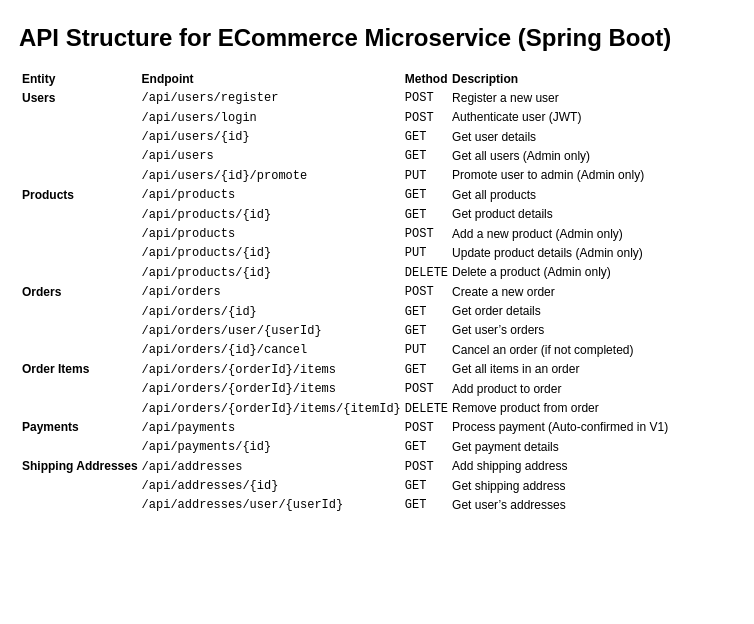
Before: page "API_Structure_ECommerce_Service" (4 of 4) of e-commerce_system.drawio in Cloud9Clone/ecommerce-platform, a draw.io diagram. Source tidied: cells renumbered, new cells numbered last; positions are measured from the earlier drawing's top-left corner, leaving out a move shared by most shapes. Both pictures are drawn from the tidied source at 100%, with x=0, y=0 at pixel (17, 17).
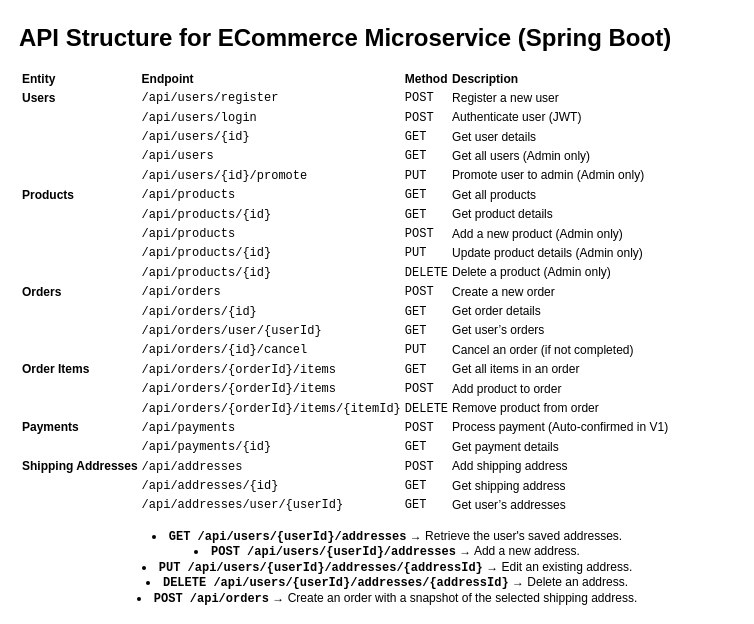
After the change.

The edit, as a diff of the source:
```diff
@@
 <mxGraphModel>
   <root>
     <mxCell id="0" />
     <mxCell id="1" parent="0" />
     <mxCell id="2" value="&lt;h1 style=&quot;margin-top: 0px;&quot;&gt;API Structure for ECommerce Microservice (Spring Boot)&lt;/h1&gt;&lt;table&gt;&lt;thead&gt;&lt;tr&gt;&lt;th&gt;&lt;strong&gt;Entity&lt;/strong&gt;&lt;/th&gt;&lt;th&gt;&lt;strong&gt;Endpoint&lt;/strong&gt;&lt;/th&gt;&lt;th&gt;&lt;strong&gt;Method&lt;/strong&gt;&lt;/th&gt;&lt;th&gt;&lt;strong&gt;Description&lt;/strong&gt;&lt;/th&gt;&lt;/tr&gt;&lt;/thead&gt;&lt;tbody&gt;&lt;tr&gt;&lt;td&gt;&lt;strong&gt;Users&lt;/strong&gt;&lt;/td&gt;&lt;td&gt;&lt;code&gt;/api/users/register&lt;/code&gt;&lt;/td&gt;&lt;td&gt;&lt;code&gt;POST&lt;/code&gt;&lt;/td&gt;&lt;td&gt;Register a new user&lt;/td&gt;&lt;/tr&gt;&lt;tr&gt;&lt;td&gt;&lt;/td&gt;&lt;td&gt;&lt;code&gt;/api/users/login&lt;/code&gt;&lt;/td&gt;&lt;td&gt;&lt;code&gt;POST&lt;/code&gt;&lt;/td&gt;&lt;td&gt;Authenticate user (JWT)&lt;/td&gt;&lt;/tr&gt;&lt;tr&gt;&lt;td&gt;&lt;/td&gt;&lt;td&gt;&lt;code&gt;/api/users/{id}&lt;/code&gt;&lt;/td&gt;&lt;td&gt;&lt;code&gt;GET&lt;/code&gt;&lt;/td&gt;&lt;td&gt;Get user details&lt;/td&gt;&lt;/tr&gt;&lt;tr&gt;&lt;td&gt;&lt;/td&gt;&lt;td&gt;&lt;code&gt;/api/users&lt;/code&gt;&lt;/td&gt;&lt;td&gt;&lt;code&gt;GET&lt;/code&gt;&lt;/td&gt;&lt;td&gt;Get all users (Admin only)&lt;/td&gt;&lt;/tr&gt;&lt;tr&gt;&lt;td&gt;&lt;/td&gt;&lt;td&gt;&lt;code&gt;/api/users/{id}/promote&lt;/code&gt;&lt;/td&gt;&lt;td&gt;&lt;code&gt;PUT&lt;/code&gt;&lt;/td&gt;&lt;td&gt;Promote user to admin (Admin only)&lt;/td&gt;&lt;/tr&gt;&lt;tr&gt;&lt;td&gt;&lt;strong&gt;Products&lt;/strong&gt;&lt;/td&gt;&lt;td&gt;&lt;code&gt;/api/products&lt;/code&gt;&lt;/td&gt;&lt;td&gt;&lt;code&gt;GET&lt;/code&gt;&lt;/td&gt;&lt;td&gt;Get all products&lt;/td&gt;&lt;/tr&gt;&lt;tr&gt;&lt;td&gt;&lt;/td&gt;&lt;td&gt;&lt;code&gt;/api/products/{id}&lt;/code&gt;&lt;/td&gt;&lt;td&gt;&lt;code&gt;GET&lt;/code&gt;&lt;/td&gt;&lt;td&gt;Get product details&lt;/td&gt;&lt;/tr&gt;&lt;tr&gt;&lt;td&gt;&lt;/td&gt;&lt;td&gt;&lt;code&gt;/api/products&lt;/code&gt;&lt;/td&gt;&lt;td&gt;&lt;code&gt;POST&lt;/code&gt;&lt;/td&gt;&lt;td&gt;Add a new product (Admin only)&lt;/td&gt;&lt;/tr&gt;&lt;tr&gt;&lt;td&gt;&lt;/td&gt;&lt;td&gt;&lt;code&gt;/api/products/{id}&lt;/code&gt;&lt;/td&gt;&lt;td&gt;&lt;code&gt;PUT&lt;/code&gt;&lt;/td&gt;&lt;td&gt;Update product details (Admin only)&lt;/td&gt;&lt;/tr&gt;&lt;tr&gt;&lt;td&gt;&lt;/td&gt;&lt;td&gt;&lt;code&gt;/api/products/{id}&lt;/code&gt;&lt;/td&gt;&lt;td&gt;&lt;code&gt;DELETE&lt;/code&gt;&lt;/td&gt;&lt;td&gt;Delete a product (Admin only)&lt;/td&gt;&lt;/tr&gt;&lt;tr&gt;&lt;td&gt;&lt;strong&gt;Orders&lt;/strong&gt;&lt;/td&gt;&lt;td&gt;&lt;code&gt;/api/orders&lt;/code&gt;&lt;/td&gt;&lt;td&gt;&lt;code&gt;POST&lt;/code&gt;&lt;/td&gt;&lt;td&gt;Create a new order&lt;/td&gt;&lt;/tr&gt;&lt;tr&gt;&lt;td&gt;&lt;/td&gt;&lt;td&gt;&lt;code&gt;/api/orders/{id}&lt;/code&gt;&lt;/td&gt;&lt;td&gt;&lt;code&gt;GET&lt;/code&gt;&lt;/td&gt;&lt;td&gt;Get order details&lt;/td&gt;&lt;/tr&gt;&lt;tr&gt;&lt;td&gt;&lt;/td&gt;&lt;td&gt;&lt;code&gt;/api/orders/user/{userId}&lt;/code&gt;&lt;/td&gt;&lt;td&gt;&lt;code&gt;GET&lt;/code&gt;&lt;/td&gt;&lt;td&gt;Get user’s orders&lt;/td&gt;&lt;/tr&gt;&lt;tr&gt;&lt;td&gt;&lt;/td&gt;&lt;td&gt;&lt;code&gt;/api/orders/{id}/cancel&lt;/code&gt;&lt;/td&gt;&lt;td&gt;&lt;code&gt;PUT&lt;/code&gt;&lt;/td&gt;&lt;td&gt;Cancel an order (if not completed)&lt;/td&gt;&lt;/tr&gt;&lt;tr&gt;&lt;td&gt;&lt;strong&gt;Order Items&lt;/strong&gt;&lt;/td&gt;&lt;td&gt;&lt;code&gt;/api/orders/{orderId}/items&lt;/code&gt;&lt;/td&gt;&lt;td&gt;&lt;code&gt;GET&lt;/code&gt;&lt;/td&gt;&lt;td&gt;Get all items in an order&lt;/td&gt;&lt;/tr&gt;&lt;tr&gt;&lt;td&gt;&lt;/td&gt;&lt;td&gt;&lt;code&gt;/api/orders/{orderId}/items&lt;/code&gt;&lt;/td&gt;&lt;td&gt;&lt;code&gt;POST&lt;/code&gt;&lt;/td&gt;&lt;td&gt;Add product to order&lt;/td&gt;&lt;/tr&gt;&lt;tr&gt;&lt;td&gt;&lt;/td&gt;&lt;td&gt;&lt;code&gt;/api/orders/{orderId}/items/{itemId}&lt;/code&gt;&lt;/td&gt;&lt;td&gt;&lt;code&gt;DELETE&lt;/code&gt;&lt;/td&gt;&lt;td&gt;Remove product from order&lt;/td&gt;&lt;/tr&gt;&lt;tr&gt;&lt;td&gt;&lt;strong&gt;Payments&lt;/strong&gt;&lt;/td&gt;&lt;td&gt;&lt;code&gt;/api/payments&lt;/code&gt;&lt;/td&gt;&lt;td&gt;&lt;code&gt;POST&lt;/code&gt;&lt;/td&gt;&lt;td&gt;Process payment (Auto-confirmed in V1)&lt;/td&gt;&lt;/tr&gt;&lt;tr&gt;&lt;td&gt;&lt;/td&gt;&lt;td&gt;&lt;code&gt;/api/payments/{id}&lt;/code&gt;&lt;/td&gt;&lt;td&gt;&lt;code&gt;GET&lt;/code&gt;&lt;/td&gt;&lt;td&gt;Get payment details&lt;/td&gt;&lt;/tr&gt;&lt;tr&gt;&lt;td&gt;&lt;strong&gt;Shipping Addresses&lt;/strong&gt;&lt;/td&gt;&lt;td&gt;&lt;code&gt;/api/addresses&lt;/code&gt;&lt;/td&gt;&lt;td&gt;&lt;code&gt;POST&lt;/code&gt;&lt;/td&gt;&lt;td&gt;Add shipping address&lt;/td&gt;&lt;/tr&gt;&lt;tr&gt;&lt;td&gt;&lt;/td&gt;&lt;td&gt;&lt;code&gt;/api/addresses/{id}&lt;/code&gt;&lt;/td&gt;&lt;td&gt;&lt;code&gt;GET&lt;/code&gt;&lt;/td&gt;&lt;td&gt;Get shipping address&lt;/td&gt;&lt;/tr&gt;&lt;tr&gt;&lt;td&gt;&lt;/td&gt;&lt;td&gt;&lt;code&gt;/api/addresses/user/{userId}&lt;/code&gt;&lt;/td&gt;&lt;td&gt;&lt;code&gt;GET&lt;/code&gt;&lt;/td&gt;&lt;td&gt;Get user’s addresses&lt;/td&gt;&lt;/tr&gt;&lt;/tbody&gt;&lt;/table&gt;" style="text;html=1;whiteSpace=wrap;overflow=hidden;rounded=0;" parent="1" vertex="1">
       <mxGeometry width="690" height="500" as="geometry" />
     </mxCell>
+    <mxCell id="3" value="&lt;li&gt;&lt;strong&gt;&lt;code&gt;GET /api/users/{userId}/addresses&lt;/code&gt;&lt;/strong&gt; → Retrieve the user's saved addresses.&lt;/li&gt;&lt;li&gt;&lt;strong&gt;&lt;code&gt;POST /api/users/{userId}/addresses&lt;/code&gt;&lt;/strong&gt; → Add a new address.&lt;/li&gt;&lt;li&gt;&lt;strong&gt;&lt;code&gt;PUT /api/users/{userId}/addresses/{addressId}&lt;/code&gt;&lt;/strong&gt; → Edit an existing address.&lt;/li&gt;&lt;li&gt;&lt;strong&gt;&lt;code&gt;DELETE /api/users/{userId}/addresses/{addressId}&lt;/code&gt;&lt;/strong&gt; → Delete an address.&lt;/li&gt;&lt;li&gt;&lt;strong&gt;&lt;code&gt;POST /api/orders&lt;/code&gt;&lt;/strong&gt; → Create an order with a snapshot of the selected shipping address.&lt;/li&gt;" style="text;html=1;align=center;verticalAlign=middle;whiteSpace=wrap;rounded=0;" parent="1" vertex="1">
+      <mxGeometry x="20" y="510" width="700" height="80" as="geometry" />
+    </mxCell>
   </root>
 </mxGraphModel>
```
